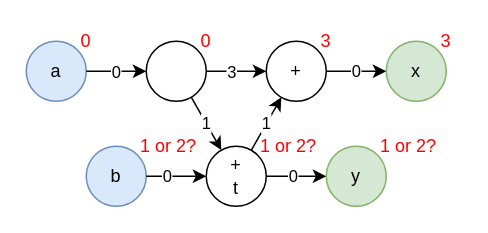
pc2/sus-compiler keeps this draw.io diagram as philosophy/images/nonDeterminable.drawio. Above is the earlier version. Source tidied: cells renumbered, new cells numbered last; positions are measured from the earlier drawing's top-left corner, leaving out a move shared by most shapes. Both pictures are drawn from the tidied source at 150%, with x=0, y=0 at pixel (26, 26).
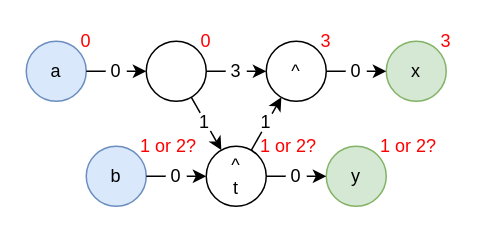
The same page after the edit.

Unchanged cells that the change refers to:
```xml
<mxCell id="3" style="ellipse;whiteSpace=wrap;html=1;" parent="1" vertex="1">
  <mxGeometry x="80" y="10" width="40" height="40" as="geometry" />
</mxCell>
<mxCell id="4" style="endArrow=classic;html=1;rounded=0;" parent="1" edge="1" source="2" target="3">
  <mxGeometry relative="1" as="geometry" />
</mxCell>
<mxCell id="7" value="x" style="ellipse;whiteSpace=wrap;html=1;fillColor=#d5e8d4;strokeColor=#82b366;" parent="1" vertex="1">
  <mxGeometry x="240" y="10" width="40" height="40" as="geometry" />
</mxCell>
<mxCell id="11" style="endArrow=classic;html=1;rounded=0;" parent="1" edge="1" source="9" target="10">
  <mxGeometry relative="1" as="geometry" />
</mxCell>
<mxCell id="14" style="endArrow=classic;html=1;rounded=0;" parent="1" edge="1" source="10" target="13">
  <mxGeometry relative="1" as="geometry" />
</mxCell>
<mxCell id="16" style="endArrow=classic;html=1;rounded=0;" parent="1" edge="1" source="3" target="6">
  <mxGeometry relative="1" as="geometry" />
</mxCell>
```

Change to the diagram source:
```diff
@@
-    <mxCell id="5" value="0" style="edgeLabel;html=1;align=center;verticalAlign=middle;" parent="4" vertex="1">
-      <mxGeometry x="-0.04" relative="1" as="geometry" />
-    </mxCell>
-    <mxCell id="6" value="+" style="ellipse;whiteSpace=wrap;html=1;" parent="1" vertex="1">
+    <mxCell id="6" value="^" style="ellipse;whiteSpace=wrap;html=1;" parent="1" vertex="1">
       <mxGeometry x="160" y="10" width="40" height="40" as="geometry" />
     </mxCell>
@@
-    <mxCell id="8" value="0" style="endArrow=classic;html=1;rounded=0;" parent="1" edge="1" source="6" target="7">
+    <mxCell id="8" style="endArrow=classic;html=1;rounded=0;" parent="1" edge="1" source="6" target="7">
       <mxGeometry relative="1" as="geometry" />
     </mxCell>
@@
-    <mxCell id="10" value="+&lt;br&gt;t" style="ellipse;whiteSpace=wrap;html=1;" parent="1" vertex="1">
+    <mxCell id="10" value="^&lt;br&gt;t" style="ellipse;whiteSpace=wrap;html=1;" parent="1" vertex="1">
       <mxGeometry x="120" y="80" width="40" height="40" as="geometry" />
     </mxCell>
@@
-    <mxCell id="12" value="0" style="edgeLabel;html=1;align=center;verticalAlign=middle;" parent="11" vertex="1">
-      <mxGeometry x="-0.33" y="1" relative="1" as="geometry" />
-    </mxCell>
@@
-    <mxCell id="15" value="0" style="edgeLabel;html=1;align=center;verticalAlign=middle;" parent="14" vertex="1">
-      <mxGeometry x="-0.16" y="1" relative="1" as="geometry" />
-    </mxCell>
@@
-    <mxCell id="17" value="3" style="edgeLabel;html=1;align=center;verticalAlign=middle;" parent="16" vertex="1">
-      <mxGeometry x="-0.22" relative="1" as="geometry" />
-    </mxCell>
-    <mxCell id="18" value="1" style="endArrow=classic;html=1;rounded=0;" parent="1" edge="1" source="3" target="10">
+    <mxCell id="18" style="endArrow=classic;html=1;rounded=0;" parent="1" edge="1" source="3" target="10">
       <mxGeometry relative="1" as="geometry" />
     </mxCell>
-    <mxCell id="19" value="1" style="endArrow=classic;html=1;rounded=0;" parent="1" edge="1" source="10" target="6">
+    <mxCell id="19" style="endArrow=classic;html=1;rounded=0;" parent="1" edge="1" source="10" target="6">
       <mxGeometry relative="1" as="geometry" />
     </mxCell>
@@
+    <mxCell id="27" value="0" style="ellipse;whiteSpace=wrap;html=1;strokeColor=none;" parent="1" vertex="1">
+      <mxGeometry x="53" y="23" width="14" height="14" as="geometry" />
+    </mxCell>
+    <mxCell id="28" value="1" style="ellipse;whiteSpace=wrap;html=1;strokeColor=none;" parent="1" vertex="1">
+      <mxGeometry x="112" y="57" width="14" height="14" as="geometry" />
+    </mxCell>
+    <mxCell id="29" value="1" style="ellipse;whiteSpace=wrap;html=1;strokeColor=none;" parent="1" vertex="1">
+      <mxGeometry x="153" y="57" width="14" height="14" as="geometry" />
+    </mxCell>
+    <mxCell id="17" value="3" style="ellipse;whiteSpace=wrap;html=1;strokeColor=none;" parent="1" vertex="1">
+      <mxGeometry x="133" y="23" width="14" height="14" as="geometry" />
+    </mxCell>
+    <mxCell id="30" value="0" style="ellipse;whiteSpace=wrap;html=1;strokeColor=none;" parent="1" vertex="1">
+      <mxGeometry x="213" y="23" width="14" height="14" as="geometry" />
+    </mxCell>
+    <mxCell id="31" value="0" style="ellipse;whiteSpace=wrap;html=1;strokeColor=none;" parent="1" vertex="1">
+      <mxGeometry x="93" y="93" width="14" height="14" as="geometry" />
+    </mxCell>
+    <mxCell id="32" value="0" style="ellipse;whiteSpace=wrap;html=1;strokeColor=none;" parent="1" vertex="1">
+      <mxGeometry x="173" y="93" width="14" height="14" as="geometry" />
+    </mxCell>
```
